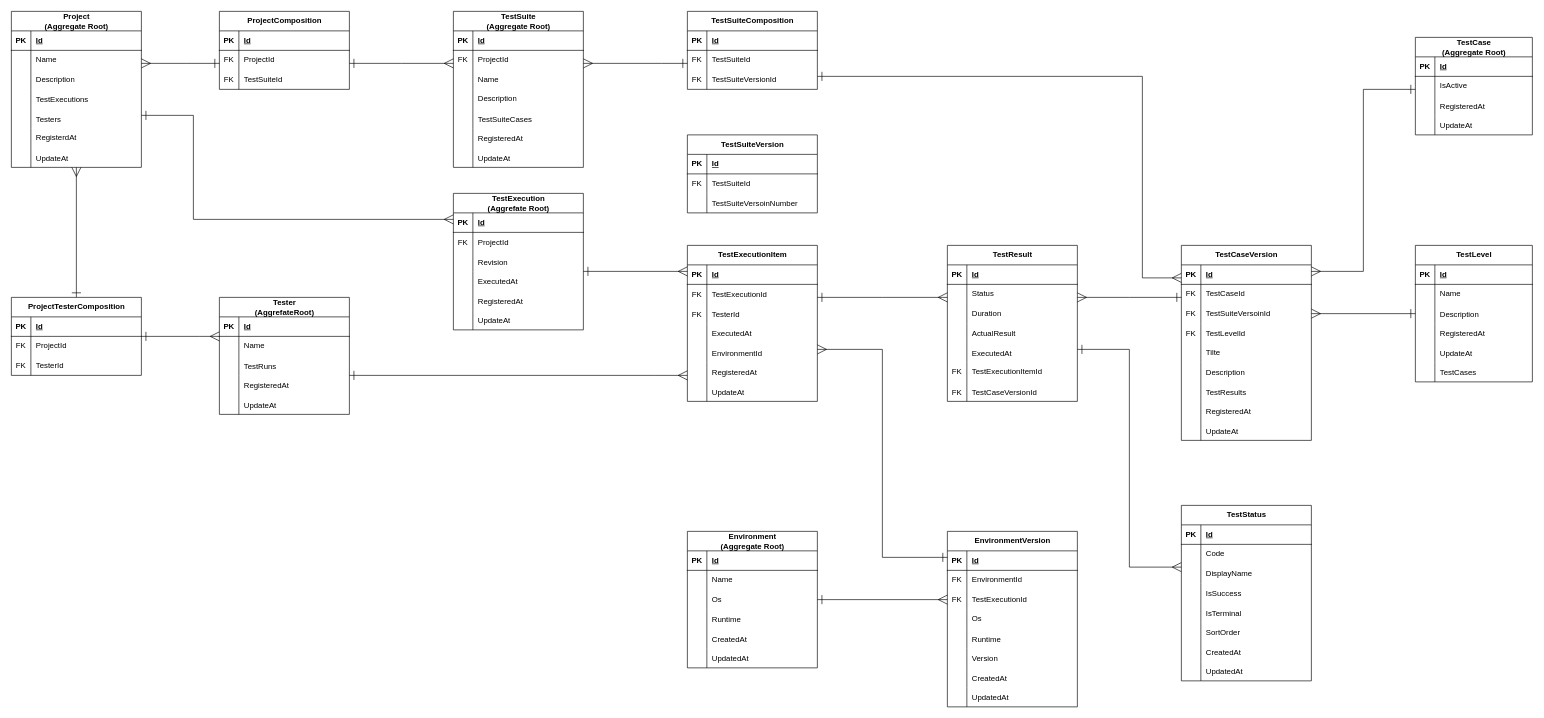
Above: page "テスト結果管理" (1 of 4) of doc/design/ER_diagram.drawio in CountrySideEngineer/TestManagement (draw.io), before the change. Source tidied: cells renumbered, new cells numbered last; positions are measured from the earlier drawing's top-left corner, leaving out a move shared by most shapes. Both pictures are drawn from the tidied source at 65%, with x=0, y=0 at pixel (11, 11).
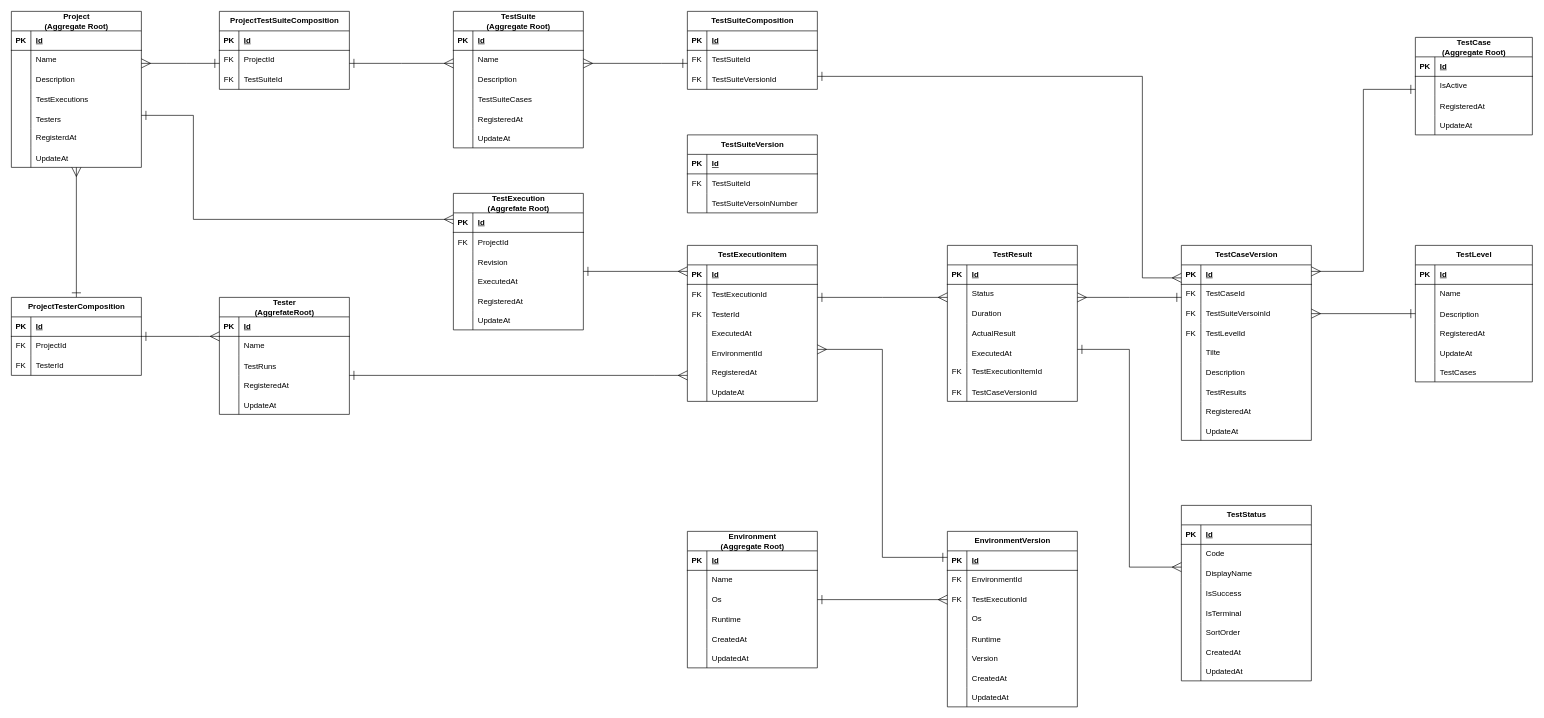
Above is the later version.

What changed in the source:
```diff
@@
     <mxCell id="98" value="TestSuite&lt;div&gt;(Aggregate Root)&lt;/div&gt;" style="shape=table;startSize=30;childLayout=tableLayout;rowLines=0;fontStyle=1;align=center;html=1;" parent="1" vertex="1">
-      <mxGeometry x="680" width="200" height="240" as="geometry" />
+      <mxGeometry x="680" width="200" height="210" as="geometry" />
     </mxCell>
@@
-    <mxCell id="102" style="shape=tableRow;horizontal=0;startSize=0;swimlaneHead=0;swimlaneBody=0;fillColor=none;top=0;left=0;right=0;bottom=0;" parent="98" vertex="1">
-      <mxGeometry y="60" width="200" height="30" as="geometry" />
-    </mxCell>
-    <mxCell id="103" value="FK" style="shape=partialRectangle;fillColor=none;top=0;left=0;bottom=0;right=0;overflow=hidden;whiteSpace=wrap;html=1;" parent="102" vertex="1">
-      <mxGeometry width="30" height="30" as="geometry" />
-    </mxCell>
-    <mxCell id="104" value="ProjectId" style="shape=partialRectangle;fillColor=none;top=0;left=0;bottom=0;right=0;align=left;spacingLeft=6;overflow=hidden;whiteSpace=wrap;html=1;" parent="102" vertex="1">
-      <mxGeometry x="30" width="170" height="30" as="geometry" />
-    </mxCell>
     <mxCell id="105" style="shape=tableRow;horizontal=0;startSize=0;swimlaneHead=0;swimlaneBody=0;fillColor=none;top=0;left=0;right=0;bottom=0;" parent="98" vertex="1">
-      <mxGeometry y="90" width="200" height="30" as="geometry" />
+      <mxGeometry y="60" width="200" height="30" as="geometry" />
     </mxCell>
@@
     <mxCell id="108" style="shape=tableRow;horizontal=0;startSize=0;swimlaneHead=0;swimlaneBody=0;fillColor=none;top=0;left=0;right=0;bottom=0;" parent="98" vertex="1">
-      <mxGeometry y="120" width="200" height="30" as="geometry" />
+      <mxGeometry y="90" width="200" height="30" as="geometry" />
     </mxCell>
@@
     <mxCell id="111" style="shape=tableRow;horizontal=0;startSize=0;swimlaneHead=0;swimlaneBody=0;fillColor=none;top=0;left=0;right=0;bottom=0;" parent="98" vertex="1">
-      <mxGeometry y="150" width="200" height="30" as="geometry" />
+      <mxGeometry y="120" width="200" height="30" as="geometry" />
     </mxCell>
@@
     <mxCell id="114" style="shape=tableRow;horizontal=0;startSize=0;swimlaneHead=0;swimlaneBody=0;fillColor=none;top=0;left=0;right=0;bottom=0;" parent="98" vertex="1">
-      <mxGeometry y="180" width="200" height="30" as="geometry" />
+      <mxGeometry y="150" width="200" height="30" as="geometry" />
     </mxCell>
@@
     <mxCell id="117" style="shape=tableRow;horizontal=0;startSize=0;swimlaneHead=0;swimlaneBody=0;fillColor=none;top=0;left=0;right=0;bottom=0;" parent="98" vertex="1">
-      <mxGeometry y="210" width="200" height="30" as="geometry" />
+      <mxGeometry y="180" width="200" height="30" as="geometry" />
     </mxCell>
@@
-    <mxCell id="288" value="ProjectComposition" style="shape=table;startSize=30;childLayout=tableLayout;rowLines=0;fontStyle=1;align=center;html=1;" parent="1" vertex="1">
+    <mxCell id="288" value="ProjectTestSuiteComposition" style="shape=table;startSize=30;childLayout=tableLayout;rowLines=0;fontStyle=1;align=center;html=1;" parent="1" vertex="1">
       <mxGeometry x="320" width="200" height="120" as="geometry" />
     </mxCell>
```
